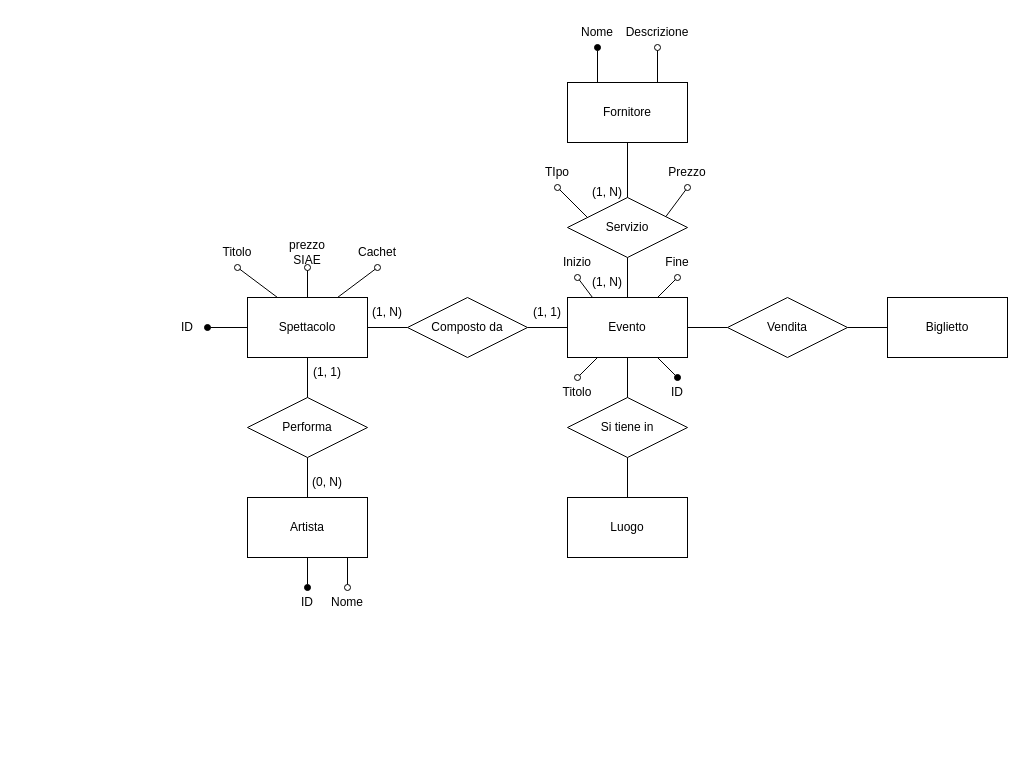
Earlier version of the draw.io diagram ERFornitore.drawio (lucat1/unibo_90107_progetto). Source tidied: cells renumbered, new cells numbered last; positions are measured from the earlier drawing's top-left corner, leaving out a move shared by most shapes. Both pictures are drawn from the tidied source at 100%, with x=0, y=0 at pixel (167, 17).
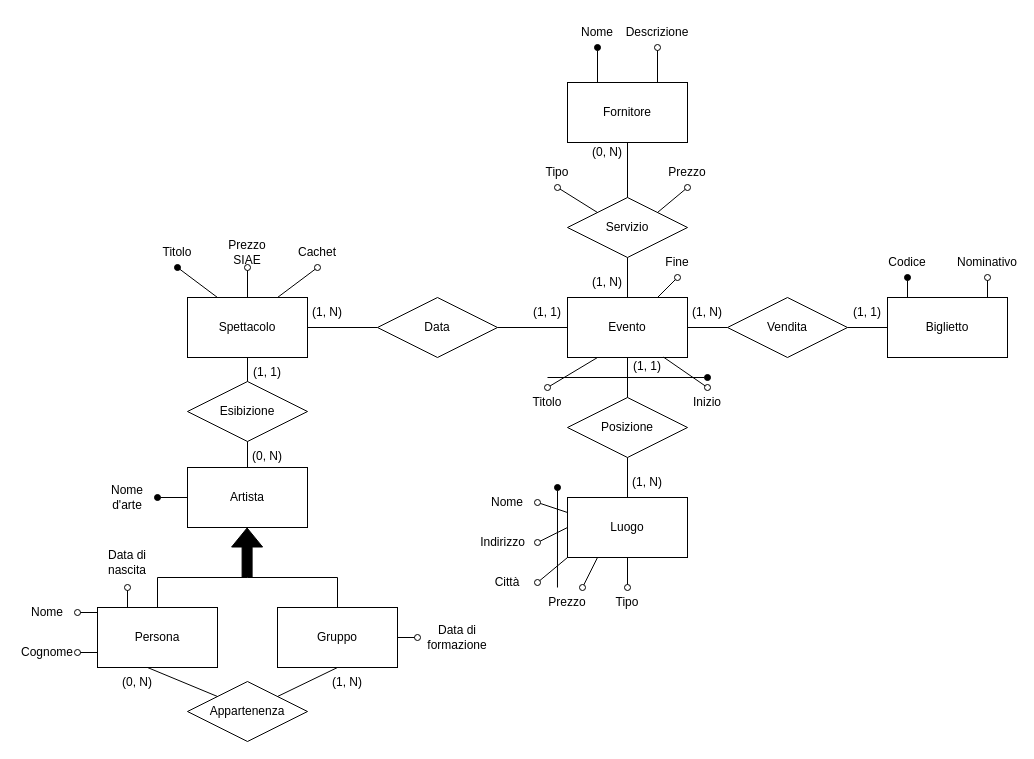
After the change.

Unchanged cells that the change refers to:
```xml
<mxCell id="2" value="Evento" style="rounded=0;whiteSpace=wrap;html=1;" parent="1" vertex="1">
  <mxGeometry x="400" y="280" width="120" height="60" as="geometry" />
</mxCell>
<mxCell id="35" value="Servizio" style="rhombus;whiteSpace=wrap;html=1;" parent="1" vertex="1">
  <mxGeometry x="400" y="180" width="120" height="60" as="geometry" />
</mxCell>
<mxCell id="39" value="(1, N)" style="text;html=1;strokeColor=none;fillColor=none;align=center;verticalAlign=middle;whiteSpace=wrap;rounded=0;" parent="1" vertex="1">
  <mxGeometry x="410" y="250" width="60" height="30" as="geometry" />
</mxCell>
<mxCell id="40" value="Luogo" style="rounded=0;whiteSpace=wrap;html=1;" parent="1" vertex="1">
  <mxGeometry x="400" y="480" width="120" height="60" as="geometry" />
</mxCell>
<mxCell id="49" value="Prezzo" style="text;html=1;strokeColor=none;fillColor=none;align=center;verticalAlign=middle;whiteSpace=wrap;rounded=0;" parent="1" vertex="1">
  <mxGeometry x="490" y="140" width="60" height="30" as="geometry" />
</mxCell>
```

Change to the diagram source:
```diff
@@
     <mxCell id="3" value="&lt;div&gt;Spettacolo&lt;/div&gt;" style="rounded=0;whiteSpace=wrap;html=1;" parent="1" vertex="1">
-      <mxGeometry x="80" y="280" width="120" height="60" as="geometry" />
+      <mxGeometry x="20" y="280" width="120" height="60" as="geometry" />
     </mxCell>
     <mxCell id="4" value="&lt;div&gt;Artista&lt;/div&gt;" style="rounded=0;whiteSpace=wrap;html=1;" parent="1" vertex="1">
-      <mxGeometry x="80" y="480" width="120" height="60" as="geometry" />
+      <mxGeometry x="20" y="450" width="120" height="60" as="geometry" />
     </mxCell>
-    <mxCell id="5" value="Composto da" style="rhombus;whiteSpace=wrap;html=1;" parent="1" vertex="1">
-      <mxGeometry x="240" y="280" width="120" height="60" as="geometry" />
+    <mxCell id="5" value="Data" style="rhombus;whiteSpace=wrap;html=1;" parent="1" vertex="1">
+      <mxGeometry x="210" y="280" width="120" height="60" as="geometry" />
     </mxCell>
-    <mxCell id="6" value="Performa" style="rhombus;whiteSpace=wrap;html=1;" parent="1" vertex="1">
-      <mxGeometry x="80" y="380" width="120" height="60" as="geometry" />
+    <mxCell id="6" value="Esibizione" style="rhombus;whiteSpace=wrap;html=1;" parent="1" vertex="1">
+      <mxGeometry x="20" y="364" width="120" height="60" as="geometry" />
     </mxCell>
@@
     <mxCell id="11" value="&lt;div&gt;(1, 1)&lt;/div&gt;" style="text;html=1;strokeColor=none;fillColor=none;align=center;verticalAlign=middle;whiteSpace=wrap;rounded=0;" parent="1" vertex="1">
-      <mxGeometry x="130" y="340" width="60" height="30" as="geometry" />
+      <mxGeometry x="70" y="340" width="60" height="30" as="geometry" />
     </mxCell>
     <mxCell id="12" value="&lt;div&gt;(0, N)&lt;/div&gt;" style="text;html=1;strokeColor=none;fillColor=none;align=center;verticalAlign=middle;whiteSpace=wrap;rounded=0;" parent="1" vertex="1">
-      <mxGeometry x="130" y="450" width="60" height="30" as="geometry" />
+      <mxGeometry x="70" y="424" width="60" height="30" as="geometry" />
     </mxCell>
     <mxCell id="13" value="Titolo" style="text;html=1;strokeColor=none;fillColor=none;align=center;verticalAlign=middle;whiteSpace=wrap;rounded=0;" parent="1" vertex="1">
-      <mxGeometry x="40" y="220" width="60" height="30" as="geometry" />
+      <mxGeometry x="-20" y="220" width="60" height="30" as="geometry" />
     </mxCell>
-    <mxCell id="14" style="endArrow=oval;html=1;rounded=0;exitX=0.25;exitY=0;exitDx=0;exitDy=0;entryX=0.5;entryY=1;entryDx=0;entryDy=0;endFill=0;" parent="1" edge="1" source="3" target="13">
+    <mxCell id="14" style="endArrow=oval;html=1;rounded=0;exitX=0.25;exitY=0;exitDx=0;exitDy=0;entryX=0.5;entryY=1;entryDx=0;entryDy=0;endFill=1;" parent="1" edge="1" source="3" target="13">
       <mxGeometry relative="1" as="geometry" />
     </mxCell>
-    <mxCell id="15" value="prezzo SIAE" style="text;html=1;strokeColor=none;fillColor=none;align=center;verticalAlign=middle;whiteSpace=wrap;rounded=0;" parent="1" vertex="1">
-      <mxGeometry x="110" y="220" width="60" height="30" as="geometry" />
+    <mxCell id="15" value="Prezzo SIAE" style="text;html=1;strokeColor=none;fillColor=none;align=center;verticalAlign=middle;whiteSpace=wrap;rounded=0;" parent="1" vertex="1">
+      <mxGeometry x="50" y="220" width="60" height="30" as="geometry" />
     </mxCell>
@@
     <mxCell id="17" value="&lt;div&gt;Cachet&lt;/div&gt;" style="text;html=1;strokeColor=none;fillColor=none;align=center;verticalAlign=middle;whiteSpace=wrap;rounded=0;" parent="1" vertex="1">
-      <mxGeometry x="180" y="220" width="60" height="30" as="geometry" />
+      <mxGeometry x="120" y="220" width="60" height="30" as="geometry" />
     </mxCell>
@@
-    <mxCell id="19" value="ID" style="text;html=1;strokeColor=none;fillColor=none;align=center;verticalAlign=middle;whiteSpace=wrap;rounded=0;" parent="1" vertex="1">
-      <mxGeometry x="110" y="570" width="60" height="30" as="geometry" />
-    </mxCell>
-    <mxCell id="20" style="endArrow=oval;html=1;rounded=0;exitX=0.5;exitY=1;exitDx=0;exitDy=0;entryX=0.5;entryY=0;entryDx=0;entryDy=0;endFill=1;" parent="1" edge="1" source="4" target="19">
-      <mxGeometry relative="1" as="geometry" />
-    </mxCell>
@@
     <mxCell id="22" value="(1, N)" style="text;html=1;strokeColor=none;fillColor=none;align=center;verticalAlign=middle;whiteSpace=wrap;rounded=0;" parent="1" vertex="1">
-      <mxGeometry x="190" y="280" width="60" height="30" as="geometry" />
+      <mxGeometry x="130" y="280" width="60" height="30" as="geometry" />
     </mxCell>
     <mxCell id="23" value="Titolo" style="text;html=1;strokeColor=none;fillColor=none;align=center;verticalAlign=middle;whiteSpace=wrap;rounded=0;" parent="1" vertex="1">
-      <mxGeometry x="380" y="360" width="60" height="30" as="geometry" />
+      <mxGeometry x="350" y="370" width="60" height="30" as="geometry" />
     </mxCell>
     <mxCell id="24" value="&lt;div&gt;Inizio&lt;/div&gt;" style="text;html=1;strokeColor=none;fillColor=none;align=center;verticalAlign=middle;whiteSpace=wrap;rounded=0;" parent="1" vertex="1">
-      <mxGeometry x="380" y="230" width="60" height="30" as="geometry" />
+      <mxGeometry x="510" y="370" width="60" height="30" as="geometry" />
     </mxCell>
@@
-    <mxCell id="27" style="endArrow=oval;html=1;rounded=0;exitX=0.25;exitY=1;exitDx=0;exitDy=0;endFill=0;entryX=0.5;entryY=1;entryDx=0;entryDy=0;" parent="1" edge="1" source="39" target="24">
+    <mxCell id="27" style="endArrow=oval;html=1;rounded=0;exitX=0.801;exitY=0.995;exitDx=0;exitDy=0;endFill=0;entryX=0.5;entryY=0;entryDx=0;entryDy=0;exitPerimeter=0;" parent="1" edge="1" source="2" target="24">
       <mxGeometry relative="1" as="geometry" />
     </mxCell>
@@
-    <mxCell id="32" value="ID" style="text;html=1;strokeColor=none;fillColor=none;align=center;verticalAlign=middle;whiteSpace=wrap;rounded=0;" parent="1" vertex="1">
-      <mxGeometry x="480" y="360" width="60" height="30" as="geometry" />
-    </mxCell>
+    <mxCell id="57" value="&lt;div&gt;(1, N)&lt;/div&gt;" style="text;html=1;strokeColor=none;fillColor=none;align=center;verticalAlign=middle;whiteSpace=wrap;rounded=0;" parent="1" vertex="1">
+      <mxGeometry x="510" y="280" width="60" height="30" as="geometry" />
+    </mxCell>
+    <mxCell id="58" value="(1, 1)" style="text;html=1;strokeColor=none;fillColor=none;align=center;verticalAlign=middle;whiteSpace=wrap;rounded=0;" parent="1" vertex="1">
+      <mxGeometry x="670" y="280" width="60" height="30" as="geometry" />
+    </mxCell>
-    <mxCell id="33" style="endArrow=oval;html=1;rounded=0;exitX=0.75;exitY=1;exitDx=0;exitDy=0;entryX=0.5;entryY=0;entryDx=0;entryDy=0;endFill=1;" parent="1" edge="1" source="2" target="32">
-      <mxGeometry relative="1" as="geometry" />
+    <mxCell id="33" style="endArrow=oval;html=1;rounded=0;endFill=1;" parent="1" edge="1">
+      <mxGeometry relative="1" as="geometry">
+        <mxPoint x="380" y="360" as="sourcePoint" />
+        <mxPoint x="540" y="360" as="targetPoint" />
+      </mxGeometry>
     </mxCell>
@@
-    <mxCell id="41" value="Si tiene in" style="rhombus;whiteSpace=wrap;html=1;" parent="1" vertex="1">
+    <mxCell id="41" value="Posizione" style="rhombus;whiteSpace=wrap;html=1;" parent="1" vertex="1">
       <mxGeometry x="400" y="380" width="120" height="60" as="geometry" />
     </mxCell>
@@
-    <mxCell id="44" value="ID" style="text;html=1;strokeColor=none;fillColor=none;align=center;verticalAlign=middle;whiteSpace=wrap;rounded=0;" parent="1" vertex="1">
-      <mxGeometry y="295" width="40" height="30" as="geometry" />
-    </mxCell>
-    <mxCell id="45" style="endArrow=oval;html=1;rounded=0;exitX=0;exitY=0.5;exitDx=0;exitDy=0;entryX=1;entryY=0.5;entryDx=0;entryDy=0;endFill=1;" parent="1" edge="1" source="3" target="44">
-      <mxGeometry relative="1" as="geometry" />
-    </mxCell>
+    <mxCell id="59" value="&lt;div&gt;(1, N)&lt;/div&gt;" style="text;html=1;strokeColor=none;fillColor=none;align=center;verticalAlign=middle;whiteSpace=wrap;rounded=0;" parent="1" vertex="1">
+      <mxGeometry x="450" y="450" width="60" height="30" as="geometry" />
+    </mxCell>
+    <mxCell id="60" value="&lt;div&gt;(1, 1)&lt;/div&gt;" style="text;html=1;strokeColor=none;fillColor=none;align=center;verticalAlign=middle;whiteSpace=wrap;rounded=0;" parent="1" vertex="1">
+      <mxGeometry x="450" y="334" width="60" height="30" as="geometry" />
+    </mxCell>
+    <mxCell id="61" style="endArrow=oval;html=1;rounded=0;exitX=0.25;exitY=0;exitDx=0;exitDy=0;entryX=0.5;entryY=1;entryDx=0;entryDy=0;endFill=1;" parent="1" edge="1" target="62">
+      <mxGeometry relative="1" as="geometry">
+        <mxPoint x="740" y="280" as="sourcePoint" />
+      </mxGeometry>
+    </mxCell>
+    <mxCell id="62" value="&lt;div&gt;Codice&lt;/div&gt;" style="text;html=1;strokeColor=none;fillColor=none;align=center;verticalAlign=middle;whiteSpace=wrap;rounded=0;" parent="1" vertex="1">
+      <mxGeometry x="710" y="230" width="60" height="30" as="geometry" />
+    </mxCell>
+    <mxCell id="63" value="Nome" style="text;html=1;strokeColor=none;fillColor=none;align=center;verticalAlign=middle;whiteSpace=wrap;rounded=0;" parent="1" vertex="1">
+      <mxGeometry x="310" y="470" width="60" height="30" as="geometry" />
+    </mxCell>
+    <mxCell id="64" value="Città" style="text;html=1;strokeColor=none;fillColor=none;align=center;verticalAlign=middle;whiteSpace=wrap;rounded=0;" parent="1" vertex="1">
+      <mxGeometry x="310" y="550" width="60" height="30" as="geometry" />
+    </mxCell>
+    <mxCell id="65" value="Prezzo" style="text;html=1;strokeColor=none;fillColor=none;align=center;verticalAlign=middle;whiteSpace=wrap;rounded=0;" parent="1" vertex="1">
+      <mxGeometry x="370" y="570" width="60" height="30" as="geometry" />
+    </mxCell>
+    <mxCell id="66" style="endArrow=oval;html=1;rounded=0;exitX=0;exitY=0.25;exitDx=0;exitDy=0;entryX=1;entryY=0.5;entryDx=0;entryDy=0;endFill=0;" parent="1" edge="1" source="40" target="63">
+      <mxGeometry relative="1" as="geometry" />
+    </mxCell>
+    <mxCell id="67" style="endArrow=oval;html=1;rounded=0;exitX=0;exitY=1;exitDx=0;exitDy=0;entryX=1;entryY=0.5;entryDx=0;entryDy=0;endFill=0;" parent="1" edge="1" source="40" target="64">
+      <mxGeometry relative="1" as="geometry" />
+    </mxCell>
+    <mxCell id="68" style="endArrow=oval;html=1;rounded=0;entryX=0.75;entryY=0;entryDx=0;entryDy=0;endFill=0;exitX=0.25;exitY=1;exitDx=0;exitDy=0;" parent="1" edge="1" source="40" target="65">
+      <mxGeometry relative="1" as="geometry" />
+    </mxCell>
+    <mxCell id="69" style="endArrow=oval;html=1;rounded=0;endFill=1;exitX=0.333;exitY=0;exitDx=0;exitDy=0;exitPerimeter=0;" parent="1" edge="1" source="65">
+      <mxGeometry relative="1" as="geometry">
+        <mxPoint x="390" y="470" as="targetPoint" />
+      </mxGeometry>
+    </mxCell>
@@
-    <mxCell id="50" style="endArrow=oval;html=1;rounded=0;exitX=0.819;exitY=0.32;exitDx=0;exitDy=0;entryX=0.5;entryY=1;entryDx=0;entryDy=0;endFill=0;exitPerimeter=0;" parent="1" edge="1" source="35" target="49">
+    <mxCell id="50" style="endArrow=oval;html=1;rounded=0;exitX=1;exitY=0;exitDx=0;exitDy=0;entryX=0.5;entryY=1;entryDx=0;entryDy=0;endFill=0;" parent="1" edge="1" source="35" target="49">
       <mxGeometry relative="1" as="geometry" />
     </mxCell>
-    <mxCell id="51" value="(1, N)" style="text;html=1;strokeColor=none;fillColor=none;align=center;verticalAlign=middle;whiteSpace=wrap;rounded=0;" parent="1" vertex="1">
-      <mxGeometry x="410" y="160" width="60" height="30" as="geometry" />
+    <mxCell id="51" value="(0, N)" style="text;html=1;strokeColor=none;fillColor=none;align=center;verticalAlign=middle;whiteSpace=wrap;rounded=0;" parent="1" vertex="1">
+      <mxGeometry x="410" y="120" width="60" height="30" as="geometry" />
     </mxCell>
@@
+    <mxCell id="70" value="Nominativo" style="text;html=1;strokeColor=none;fillColor=none;align=center;verticalAlign=middle;whiteSpace=wrap;rounded=0;" parent="1" vertex="1">
+      <mxGeometry x="790" y="230" width="60" height="30" as="geometry" />
+    </mxCell>
+    <mxCell id="71" style="endArrow=oval;html=1;rounded=0;endFill=0;exitX=0.5;exitY=1;exitDx=0;exitDy=0;entryX=0.5;entryY=0;entryDx=0;entryDy=0;" parent="1" edge="1" source="40" target="72">
+      <mxGeometry relative="1" as="geometry" />
+    </mxCell>
+    <mxCell id="72" value="Tipo" style="text;html=1;strokeColor=none;fillColor=none;align=center;verticalAlign=middle;whiteSpace=wrap;rounded=0;" parent="1" vertex="1">
+      <mxGeometry x="430" y="570" width="60" height="30" as="geometry" />
+    </mxCell>
-    <mxCell id="53" value="TIpo" style="text;html=1;strokeColor=none;fillColor=none;align=center;verticalAlign=middle;whiteSpace=wrap;rounded=0;" parent="1" vertex="1">
+    <mxCell id="53" value="Tipo" style="text;html=1;strokeColor=none;fillColor=none;align=center;verticalAlign=middle;whiteSpace=wrap;rounded=0;" parent="1" vertex="1">
       <mxGeometry x="360" y="140" width="60" height="30" as="geometry" />
     </mxCell>
-    <mxCell id="54" style="endArrow=oval;html=1;rounded=0;exitX=0.5;exitY=0;exitDx=0;exitDy=0;entryX=0.5;entryY=1;entryDx=0;entryDy=0;endFill=0;" parent="1" edge="1" target="53">
-      <mxGeometry relative="1" as="geometry">
-        <mxPoint x="420" y="200" as="sourcePoint" />
-      </mxGeometry>
+    <mxCell id="54" style="endArrow=oval;html=1;rounded=0;exitX=0;exitY=0;exitDx=0;exitDy=0;entryX=0.5;entryY=1;entryDx=0;entryDy=0;endFill=0;" parent="1" edge="1" source="35" target="53">
+      <mxGeometry relative="1" as="geometry" />
     </mxCell>
-    <mxCell id="55" value="Nome" style="text;html=1;strokeColor=none;fillColor=none;align=center;verticalAlign=middle;whiteSpace=wrap;rounded=0;" parent="1" vertex="1">
-      <mxGeometry x="150" y="570" width="60" height="30" as="geometry" />
-    </mxCell>
-    <mxCell id="56" style="endArrow=oval;html=1;rounded=0;exitX=0.5;exitY=1;exitDx=0;exitDy=0;entryX=0.5;entryY=0;entryDx=0;entryDy=0;endFill=0;" parent="1" edge="1" target="55">
-      <mxGeometry relative="1" as="geometry">
-        <mxPoint x="180" y="540" as="sourcePoint" />
-      </mxGeometry>
-    </mxCell>
+    <mxCell id="73" style="endArrow=oval;html=1;rounded=0;exitX=0.75;exitY=0;exitDx=0;exitDy=0;entryX=0.5;entryY=1;entryDx=0;entryDy=0;endFill=0;" parent="1" edge="1" target="70">
+      <mxGeometry relative="1" as="geometry">
+        <mxPoint x="820" y="280" as="sourcePoint" />
+        <Array as="points">
+          <mxPoint x="820" y="280" />
+        </Array>
+      </mxGeometry>
+    </mxCell>
+    <mxCell id="74" value="Indirizzo" style="text;html=1;align=center;verticalAlign=middle;strokeColor=none;fillColor=none;" parent="1" vertex="1">
+      <mxGeometry x="300" y="510" width="70" height="30" as="geometry" />
+    </mxCell>
+    <mxCell id="75" style="endArrow=oval;html=1;rounded=0;exitX=0;exitY=0.5;exitDx=0;exitDy=0;endFill=0;" parent="1" edge="1" source="40">
+      <mxGeometry relative="1" as="geometry">
+        <mxPoint x="370" y="525" as="targetPoint" />
+      </mxGeometry>
+    </mxCell>
+    <mxCell id="76" style="shape=flexArrow;endArrow=classic;html=1;rounded=0;fillColor=#000000;" parent="1" edge="1">
+      <mxGeometry relative="1" as="geometry">
+        <mxPoint x="79.6" y="560" as="sourcePoint" />
+        <mxPoint x="79.6" y="510" as="targetPoint" />
+      </mxGeometry>
+    </mxCell>
+    <mxCell id="77" style="endArrow=none;html=1;rounded=0;" parent="1" edge="1">
+      <mxGeometry relative="1" as="geometry">
+        <mxPoint x="-10" y="560" as="sourcePoint" />
+        <mxPoint x="80" y="560" as="targetPoint" />
+      </mxGeometry>
+    </mxCell>
+    <mxCell id="78" style="endArrow=none;html=1;rounded=0;" parent="1" edge="1">
+      <mxGeometry relative="1" as="geometry">
+        <mxPoint x="-10" y="590" as="sourcePoint" />
+        <mxPoint x="-10" y="560" as="targetPoint" />
+      </mxGeometry>
+    </mxCell>
+    <mxCell id="79" style="endArrow=none;html=1;rounded=0;" parent="1" edge="1">
+      <mxGeometry relative="1" as="geometry">
+        <mxPoint x="80" y="560" as="sourcePoint" />
+        <mxPoint x="170" y="560" as="targetPoint" />
+      </mxGeometry>
+    </mxCell>
+    <mxCell id="80" style="endArrow=none;html=1;rounded=0;" parent="1" edge="1">
+      <mxGeometry relative="1" as="geometry">
+        <mxPoint x="170" y="590" as="sourcePoint" />
+        <mxPoint x="170" y="560" as="targetPoint" />
+      </mxGeometry>
+    </mxCell>
+    <mxCell id="81" value="Persona" style="rounded=0;whiteSpace=wrap;html=1;" parent="1" vertex="1">
+      <mxGeometry x="-70" y="590" width="120" height="60" as="geometry" />
+    </mxCell>
+    <mxCell id="82" value="Gruppo" style="rounded=0;whiteSpace=wrap;html=1;" parent="1" vertex="1">
+      <mxGeometry x="110" y="590" width="120" height="60" as="geometry" />
+    </mxCell>
+    <mxCell id="83" value="Appartenenza" style="rhombus;whiteSpace=wrap;html=1;" parent="1" vertex="1">
+      <mxGeometry x="20" y="664" width="120" height="60" as="geometry" />
+    </mxCell>
+    <mxCell id="84" value="&lt;div&gt;(1, N)&lt;/div&gt;" style="text;html=1;strokeColor=none;fillColor=none;align=center;verticalAlign=middle;whiteSpace=wrap;rounded=0;" parent="1" vertex="1">
+      <mxGeometry x="150" y="650" width="60" height="30" as="geometry" />
+    </mxCell>
+    <mxCell id="85" style="endArrow=none;html=1;rounded=0;exitX=1;exitY=0;exitDx=0;exitDy=0;entryX=0.5;entryY=1;entryDx=0;entryDy=0;" parent="1" edge="1" source="83" target="82">
+      <mxGeometry relative="1" as="geometry" />
+    </mxCell>
+    <mxCell id="86" style="endArrow=none;html=1;rounded=0;entryX=0.417;entryY=1;entryDx=0;entryDy=0;entryPerimeter=0;exitX=0;exitY=0;exitDx=0;exitDy=0;" parent="1" edge="1" source="83" target="81">
+      <mxGeometry relative="1" as="geometry" />
+    </mxCell>
+    <mxCell id="87" value="&lt;div&gt;(0, N)&lt;/div&gt;" style="text;html=1;strokeColor=none;fillColor=none;align=center;verticalAlign=middle;whiteSpace=wrap;rounded=0;" parent="1" vertex="1">
+      <mxGeometry x="-60" y="650" width="60" height="30" as="geometry" />
+    </mxCell>
+    <mxCell id="88" value="Nome d'arte" style="text;html=1;strokeColor=none;fillColor=none;align=center;verticalAlign=middle;whiteSpace=wrap;rounded=0;" parent="1" vertex="1">
+      <mxGeometry x="-70" y="465" width="60" height="30" as="geometry" />
+    </mxCell>
+    <mxCell id="89" style="endArrow=oval;html=1;rounded=0;exitX=0;exitY=0.5;exitDx=0;exitDy=0;endFill=1;entryX=1;entryY=0.5;entryDx=0;entryDy=0;" parent="1" edge="1" source="4" target="88">
+      <mxGeometry relative="1" as="geometry" />
+    </mxCell>
+    <mxCell id="90" value="Nome" style="text;html=1;strokeColor=none;fillColor=none;align=center;verticalAlign=middle;whiteSpace=wrap;rounded=0;" parent="1" vertex="1">
+      <mxGeometry x="-150" y="580" width="60" height="30" as="geometry" />
+    </mxCell>
+    <mxCell id="91" style="endArrow=oval;html=1;rounded=0;exitX=0;exitY=0.5;exitDx=0;exitDy=0;endFill=0;entryX=1;entryY=0.5;entryDx=0;entryDy=0;" parent="1" edge="1" target="90">
+      <mxGeometry relative="1" as="geometry">
+        <mxPoint x="-70" y="595" as="sourcePoint" />
+      </mxGeometry>
+    </mxCell>
+    <mxCell id="92" value="Cognome" style="text;html=1;strokeColor=none;fillColor=none;align=center;verticalAlign=middle;whiteSpace=wrap;rounded=0;" parent="1" vertex="1">
+      <mxGeometry x="-150" y="620" width="60" height="30" as="geometry" />
+    </mxCell>
+    <mxCell id="93" style="endArrow=oval;html=1;rounded=0;exitX=0;exitY=0.5;exitDx=0;exitDy=0;endFill=0;entryX=1;entryY=0.5;entryDx=0;entryDy=0;" parent="1" edge="1" target="92">
+      <mxGeometry relative="1" as="geometry">
+        <mxPoint x="-70" y="635" as="sourcePoint" />
+      </mxGeometry>
+    </mxCell>
+    <mxCell id="94" value="Data di formazione" style="text;html=1;strokeColor=none;fillColor=none;align=center;verticalAlign=middle;whiteSpace=wrap;rounded=0;" parent="1" vertex="1">
+      <mxGeometry x="260" y="605" width="60" height="30" as="geometry" />
+    </mxCell>
+    <mxCell id="95" style="endArrow=oval;html=1;rounded=0;exitX=1;exitY=0.5;exitDx=0;exitDy=0;endFill=0;" parent="1" edge="1" source="82">
+      <mxGeometry relative="1" as="geometry">
+        <mxPoint x="250" y="620" as="targetPoint" />
+        <Array as="points">
+          <mxPoint x="250" y="620" />
+        </Array>
+      </mxGeometry>
+    </mxCell>
+    <mxCell id="96" value="Data di nascita" style="text;html=1;strokeColor=none;fillColor=none;align=center;verticalAlign=middle;whiteSpace=wrap;rounded=0;" parent="1" vertex="1">
+      <mxGeometry x="-70" y="530" width="60" height="30" as="geometry" />
+    </mxCell>
+    <mxCell id="97" style="endArrow=oval;html=1;rounded=0;exitX=0.25;exitY=0;exitDx=0;exitDy=0;endFill=0;" parent="1" edge="1" source="81">
+      <mxGeometry relative="1" as="geometry">
+        <mxPoint x="-40" y="570" as="targetPoint" />
+      </mxGeometry>
+    </mxCell>
```
